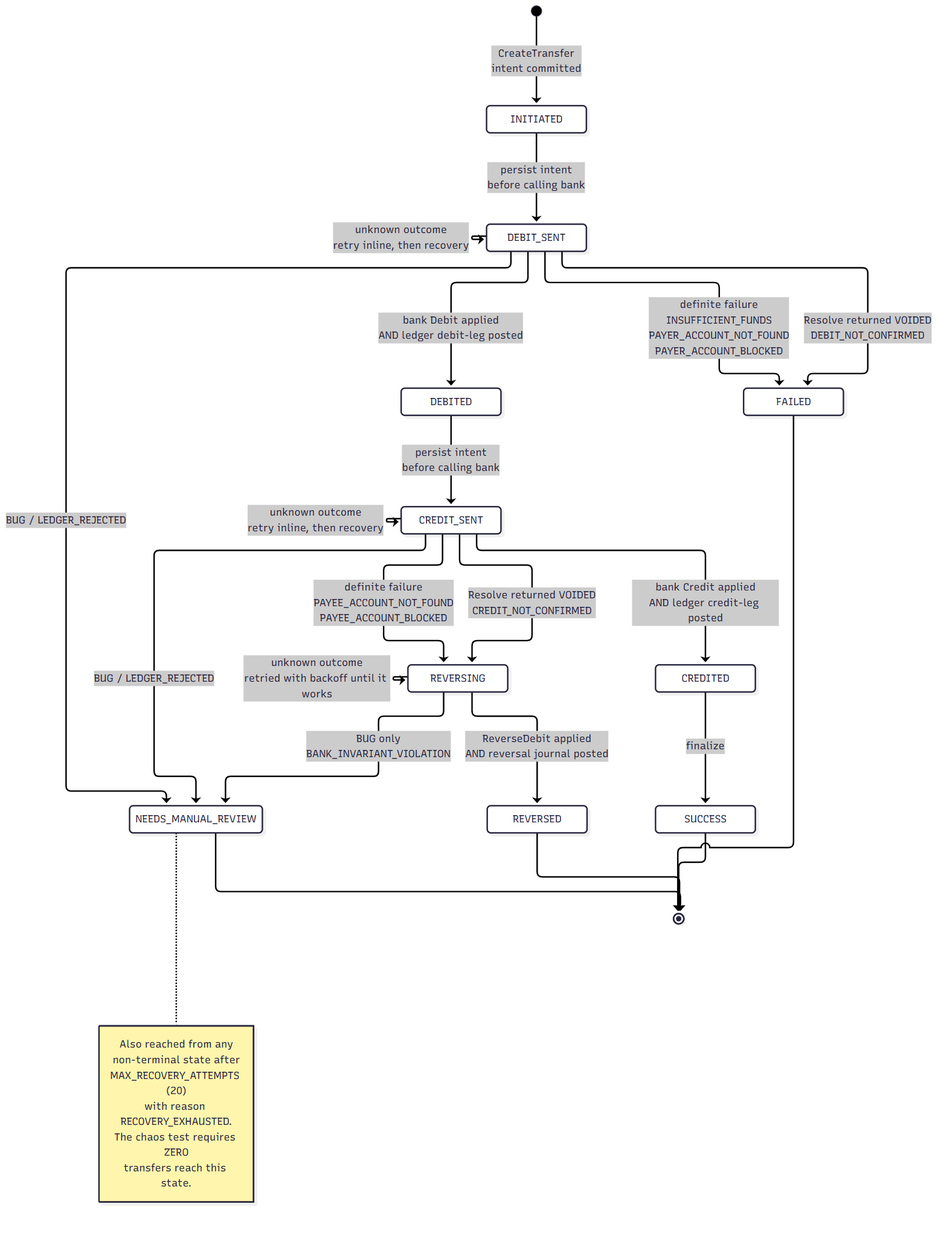
rohan099dubey/payment-switch keeps this Mermaid diagram as docs/diagrams/state-machine.png. Above is the earlier version. Its source is kept beside it as docs/diagrams/state-machine.mmd. Its diagram source:
```mermaid
stateDiagram-v2
    [*] --> INITIATED : CreateTransfer<br/>intent committed

    INITIATED --> DEBIT_SENT : persist intent<br/>before calling bank

    DEBIT_SENT --> DEBITED : bank Debit applied<br/>AND ledger debit-leg posted
    DEBIT_SENT --> FAILED : definite failure<br/>INSUFFICIENT_FUNDS<br/>PAYER_ACCOUNT_NOT_FOUND<br/>PAYER_ACCOUNT_BLOCKED
    DEBIT_SENT --> DEBIT_SENT : unknown outcome<br/>retry inline, then recovery
    DEBIT_SENT --> FAILED : Resolve returned VOIDED<br/>DEBIT_NOT_CONFIRMED

    DEBITED --> CREDIT_SENT : persist intent<br/>before calling bank

    CREDIT_SENT --> CREDITED : bank Credit applied<br/>AND ledger credit-leg posted
    CREDIT_SENT --> REVERSING : definite failure<br/>PAYEE_ACCOUNT_NOT_FOUND<br/>PAYEE_ACCOUNT_BLOCKED
    CREDIT_SENT --> CREDIT_SENT : unknown outcome<br/>retry inline, then recovery
    CREDIT_SENT --> REVERSING : Resolve returned VOIDED<br/>CREDIT_NOT_CONFIRMED

    CREDITED --> SUCCESS : finalize

    REVERSING --> REVERSED : ReverseDebit applied<br/>AND reversal journal posted
    REVERSING --> REVERSING : unknown outcome<br/>retried with backoff until it works
    REVERSING --> NEEDS_MANUAL_REVIEW : BUG only<br/>BANK_INVARIANT_VIOLATION

    DEBIT_SENT --> NEEDS_MANUAL_REVIEW : BUG / LEDGER_REJECTED
    CREDIT_SENT --> NEEDS_MANUAL_REVIEW : BUG / LEDGER_REJECTED
    note right of NEEDS_MANUAL_REVIEW
        Also reached from any
        non-terminal state after
        MAX_RECOVERY_ATTEMPTS (20)
        with reason RECOVERY_EXHAUSTED.
        The chaos test requires ZERO
        transfers reach this state.
    end note

    SUCCESS --> [*]
    FAILED --> [*]
    REVERSED --> [*]
    NEEDS_MANUAL_REVIEW --> [*]
```
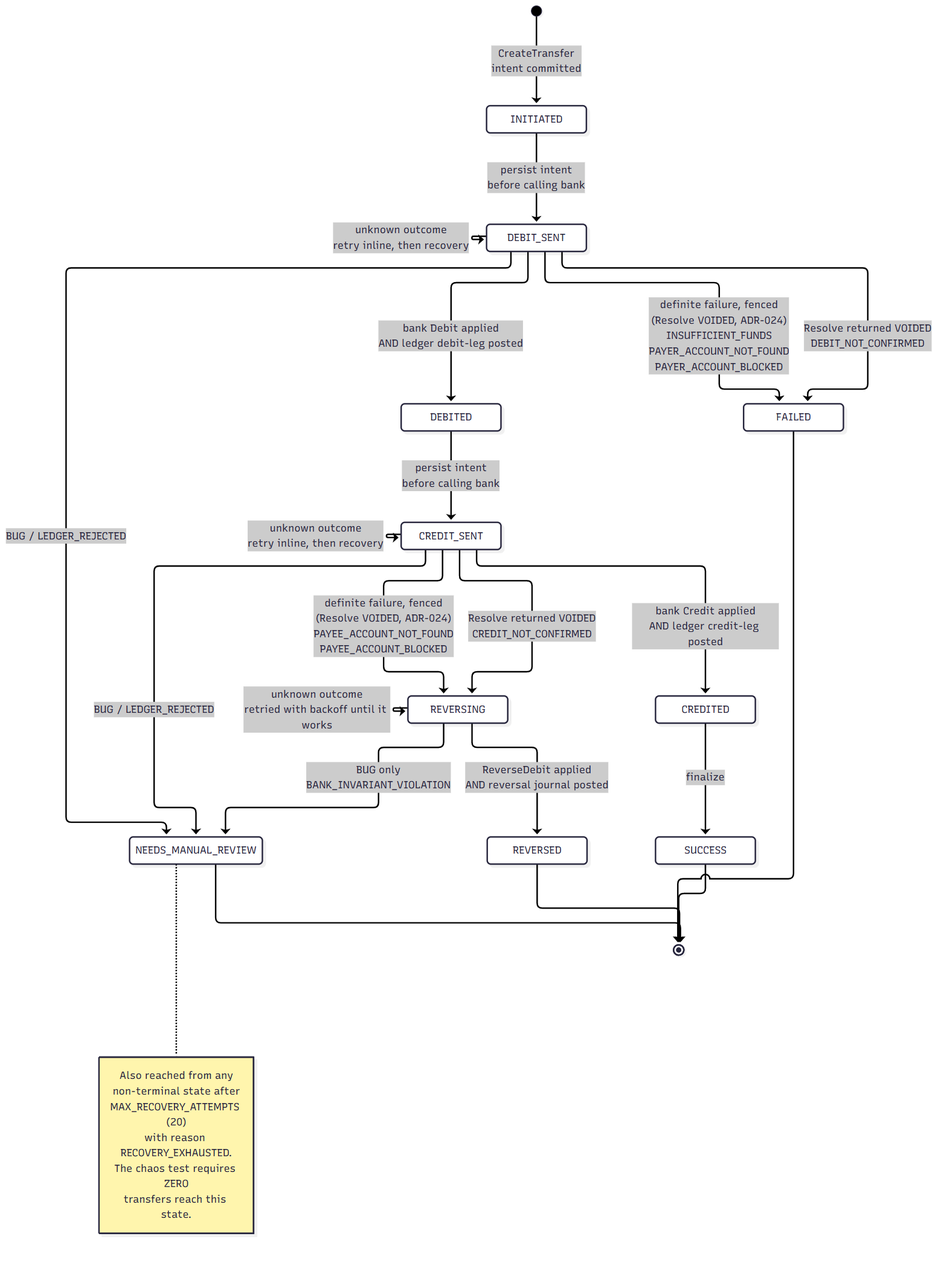
After the change.

What changed in the source:
```diff
@@ -4,14 +4,14 @@
     INITIATED --> DEBIT_SENT : persist intent<br/>before calling bank
 
     DEBIT_SENT --> DEBITED : bank Debit applied<br/>AND ledger debit-leg posted
-    DEBIT_SENT --> FAILED : definite failure<br/>INSUFFICIENT_FUNDS<br/>PAYER_ACCOUNT_NOT_FOUND<br/>PAYER_ACCOUNT_BLOCKED
+    DEBIT_SENT --> FAILED : definite failure, fenced<br/>(Resolve VOIDED, ADR-024)<br/>INSUFFICIENT_FUNDS<br/>PAYER_ACCOUNT_NOT_FOUND<br/>PAYER_ACCOUNT_BLOCKED
     DEBIT_SENT --> DEBIT_SENT : unknown outcome<br/>retry inline, then recovery
     DEBIT_SENT --> FAILED : Resolve returned VOIDED<br/>DEBIT_NOT_CONFIRMED
 
     DEBITED --> CREDIT_SENT : persist intent<br/>before calling bank
 
     CREDIT_SENT --> CREDITED : bank Credit applied<br/>AND ledger credit-leg posted
-    CREDIT_SENT --> REVERSING : definite failure<br/>PAYEE_ACCOUNT_NOT_FOUND<br/>PAYEE_ACCOUNT_BLOCKED
+    CREDIT_SENT --> REVERSING : definite failure, fenced<br/>(Resolve VOIDED, ADR-024)<br/>PAYEE_ACCOUNT_NOT_FOUND<br/>PAYEE_ACCOUNT_BLOCKED
     CREDIT_SENT --> CREDIT_SENT : unknown outcome<br/>retry inline, then recovery
     CREDIT_SENT --> REVERSING : Resolve returned VOIDED<br/>CREDIT_NOT_CONFIRMED
 
```
